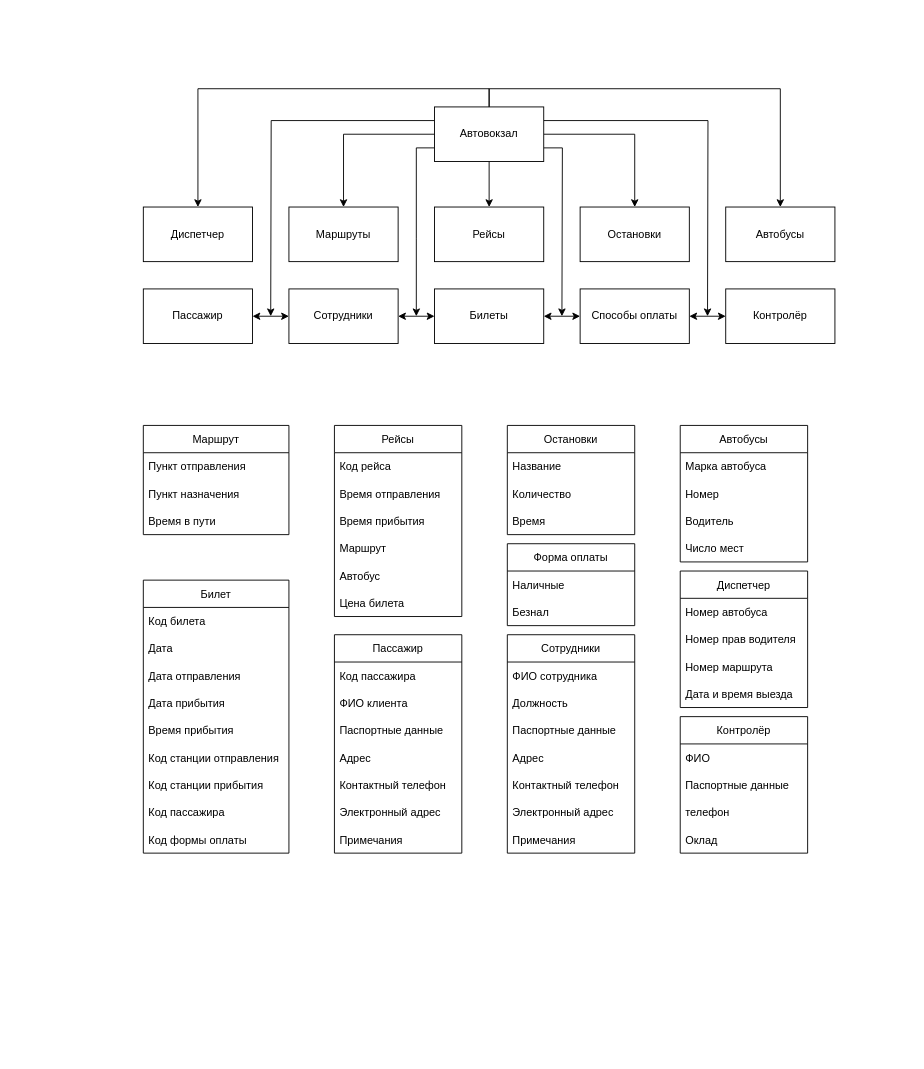
Above: Диаграмма без названия.drawio in E1ghT0/Infinizai (draw.io), before the change. Source tidied: cells renumbered, new cells numbered last; positions are measured from the earlier drawing's top-left corner, leaving out a move shared by most shapes. Both pictures are drawn from the tidied source at 91%, with x=0, y=0 at pixel (143, 106).
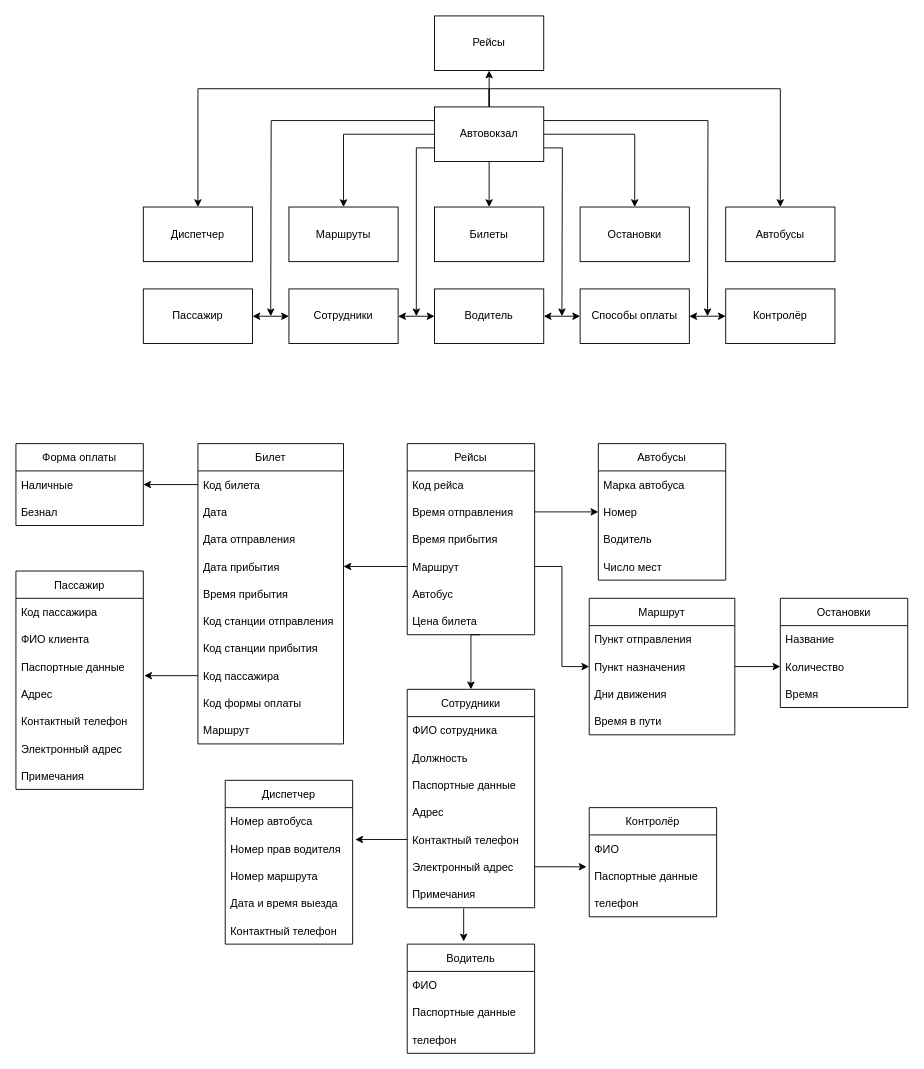
Above is the later version.

Commit message:
конец базы данных

The change refers to these unchanged cells:
```xml
<mxCell id="11" value="Автовокзал" style="rounded=0;whiteSpace=wrap;html=1;" parent="1" vertex="1">
  <mxGeometry x="320" width="120" height="60" as="geometry" />
</mxCell>
<mxCell id="17" value="Способы оплаты" style="rounded=0;whiteSpace=wrap;html=1;" parent="1" vertex="1">
  <mxGeometry x="480" y="200" width="120" height="60" as="geometry" />
</mxCell>
<mxCell id="20" value="Сотрудники" style="rounded=0;whiteSpace=wrap;html=1;" parent="1" vertex="1">
  <mxGeometry x="160" y="200" width="120" height="60" as="geometry" />
</mxCell>
<mxCell id="28" value="Пункт назначения" style="text;strokeColor=none;fillColor=none;align=left;verticalAlign=middle;spacingLeft=4;spacingRight=4;overflow=hidden;points=[[0,0.5],[1,0.5]];portConstraint=eastwest;" parent="26" vertex="1">
  <mxGeometry y="60" width="160" height="30" as="geometry" />
</mxCell>
<mxCell id="32" value="Время отправления" style="text;strokeColor=none;fillColor=none;align=left;verticalAlign=middle;spacingLeft=4;spacingRight=4;overflow=hidden;points=[[0,0.5],[1,0.5]];portConstraint=eastwest;" parent="30" vertex="1">
  <mxGeometry y="60" width="140" height="30" as="geometry" />
</mxCell>
<mxCell id="34" value="Маршрут" style="text;strokeColor=none;fillColor=none;align=left;verticalAlign=middle;spacingLeft=4;spacingRight=4;overflow=hidden;points=[[0,0.5],[1,0.5]];portConstraint=eastwest;" parent="30" vertex="1">
  <mxGeometry y="120" width="140" height="30" as="geometry" />
</mxCell>
<mxCell id="39" value="Номер" style="text;strokeColor=none;fillColor=none;align=left;verticalAlign=middle;spacingLeft=4;spacingRight=4;overflow=hidden;points=[[0,0.5],[1,0.5]];portConstraint=eastwest;" parent="37" vertex="1">
  <mxGeometry y="60" width="140" height="30" as="geometry" />
</mxCell>
<mxCell id="44" value="Количество" style="text;strokeColor=none;fillColor=none;align=left;verticalAlign=middle;spacingLeft=4;spacingRight=4;overflow=hidden;points=[[0,0.5],[1,0.5]];portConstraint=eastwest;" parent="42" vertex="1">
  <mxGeometry y="60" width="140" height="30" as="geometry" />
</mxCell>
<mxCell id="47" value="Код билета" style="text;strokeColor=none;fillColor=none;align=left;verticalAlign=middle;spacingLeft=4;spacingRight=4;overflow=hidden;points=[[0,0.5],[1,0.5]];portConstraint=eastwest;" parent="46" vertex="1">
  <mxGeometry y="30" width="160" height="30" as="geometry" />
</mxCell>
<mxCell id="50" value="Дата прибытия" style="text;strokeColor=none;fillColor=none;align=left;verticalAlign=middle;spacingLeft=4;spacingRight=4;overflow=hidden;points=[[0,0.5],[1,0.5]];portConstraint=eastwest;" parent="46" vertex="1">
  <mxGeometry y="120" width="160" height="30" as="geometry" />
</mxCell>
<mxCell id="54" value="Код пассажира" style="text;strokeColor=none;fillColor=none;align=left;verticalAlign=middle;spacingLeft=4;spacingRight=4;overflow=hidden;points=[[0,0.5],[1,0.5]];portConstraint=eastwest;" parent="46" vertex="1">
  <mxGeometry y="240" width="160" height="30" as="geometry" />
</mxCell>
<mxCell id="59" value="Паспортные данные" style="text;strokeColor=none;fillColor=none;align=left;verticalAlign=middle;spacingLeft=4;spacingRight=4;overflow=hidden;points=[[0,0.5],[1,0.5]];portConstraint=eastwest;" parent="56" vertex="1">
  <mxGeometry y="90" width="140" height="30" as="geometry" />
</mxCell>
<mxCell id="69" value="Контактный телефон" style="text;strokeColor=none;fillColor=none;align=left;verticalAlign=middle;spacingLeft=4;spacingRight=4;overflow=hidden;points=[[0,0.5],[1,0.5]];portConstraint=eastwest;" parent="64" vertex="1">
  <mxGeometry y="150" width="140" height="30" as="geometry" />
</mxCell>
<mxCell id="70" value="Электронный адрес" style="text;strokeColor=none;fillColor=none;align=left;verticalAlign=middle;spacingLeft=4;spacingRight=4;overflow=hidden;points=[[0,0.5],[1,0.5]];portConstraint=eastwest;" parent="64" vertex="1">
  <mxGeometry y="180" width="140" height="30" as="geometry" />
</mxCell>
<mxCell id="71" value="Примечания" style="text;strokeColor=none;fillColor=none;align=left;verticalAlign=middle;spacingLeft=4;spacingRight=4;overflow=hidden;points=[[0,0.5],[1,0.5]];portConstraint=eastwest;" parent="64" vertex="1">
  <mxGeometry y="210" width="140" height="30" as="geometry" />
</mxCell>
<mxCell id="73" value="Наличные" style="text;strokeColor=none;fillColor=none;align=left;verticalAlign=middle;spacingLeft=4;spacingRight=4;overflow=hidden;points=[[0,0.5],[1,0.5]];portConstraint=eastwest;" parent="72" vertex="1">
  <mxGeometry y="30" width="140" height="30" as="geometry" />
</mxCell>
<mxCell id="77" value="Номер прав водителя" style="text;strokeColor=none;fillColor=none;align=left;verticalAlign=middle;spacingLeft=4;spacingRight=4;overflow=hidden;points=[[0,0.5],[1,0.5]];portConstraint=eastwest;" parent="75" vertex="1">
  <mxGeometry y="60" width="140" height="30" as="geometry" />
</mxCell>
<mxCell id="82" value="Паспортные данные" style="text;strokeColor=none;fillColor=none;align=left;verticalAlign=middle;spacingLeft=4;spacingRight=4;overflow=hidden;points=[[0,0.5],[1,0.5]];portConstraint=eastwest;" parent="80" vertex="1">
  <mxGeometry y="60" width="140" height="30" as="geometry" />
</mxCell>
```

Diff of the diagram source:
```diff
@@
-    <mxCell id="4" style="edgeStyle=orthogonalEdgeStyle;rounded=0;jettySize=auto;html=1;exitX=0.5;exitY=1;exitDx=0;exitDy=0;entryX=0.5;entryY=0;entryDx=0;entryDy=0;" parent="1" edge="1" source="11" target="12">
-      <mxGeometry relative="1" as="geometry" />
-    </mxCell>
@@
+    <mxCell id="4" style="edgeStyle=orthogonalEdgeStyle;rounded=0;jettySize=auto;html=1;exitX=0.5;exitY=0;exitDx=0;exitDy=0;entryX=0.5;entryY=1;entryDx=0;entryDy=0;" parent="1" edge="1" source="11" target="12">
+      <mxGeometry relative="1" as="geometry" />
+    </mxCell>
+    <mxCell id="85" style="edgeStyle=orthogonalEdgeStyle;rounded=0;jettySize=auto;html=1;exitX=0.5;exitY=1;exitDx=0;exitDy=0;entryX=0.5;entryY=0;entryDx=0;entryDy=0;" parent="1" edge="1" source="11" target="18">
+      <mxGeometry relative="1" as="geometry" />
+    </mxCell>
@@
     <mxCell id="12" value="Рейсы" style="rounded=0;whiteSpace=wrap;html=1;" parent="1" vertex="1">
-      <mxGeometry x="320" y="110" width="120" height="60" as="geometry" />
+      <mxGeometry x="320" y="-100" width="120" height="60" as="geometry" />
     </mxCell>
@@
     <mxCell id="18" value="Билеты" style="rounded=0;whiteSpace=wrap;html=1;" parent="1" vertex="1">
-      <mxGeometry x="320" y="200" width="120" height="60" as="geometry" />
+      <mxGeometry x="320" y="110" width="120" height="60" as="geometry" />
     </mxCell>
@@
-    <mxCell id="22" style="endArrow=classic;startArrow=classic;html=1;rounded=0;exitX=1;exitY=0.5;exitDx=0;exitDy=0;" parent="1" edge="1" source="20" target="18">
-      <mxGeometry relative="1" as="geometry" />
-    </mxCell>
@@
-    <mxCell id="24" style="endArrow=classic;startArrow=classic;html=1;rounded=0;exitX=1;exitY=0.5;exitDx=0;exitDy=0;entryX=0;entryY=0.5;entryDx=0;entryDy=0;" parent="1" edge="1" source="18" target="17">
-      <mxGeometry relative="1" as="geometry" />
-    </mxCell>
@@
     <mxCell id="26" value="Маршрут" style="swimlane;fontStyle=0;horizontal=1;startSize=30;" parent="1" vertex="1">
-      <mxGeometry y="350" width="160" height="120" as="geometry" />
+      <mxGeometry x="490" y="540" width="160" height="150" as="geometry" />
     </mxCell>
@@
-    <mxCell id="29" value="Время в пути" style="text;strokeColor=none;fillColor=none;align=left;verticalAlign=middle;spacingLeft=4;spacingRight=4;overflow=hidden;" parent="26" vertex="1">
+    <mxCell id="29" value="Дни движения" style="text;strokeColor=none;fillColor=none;align=left;verticalAlign=middle;spacingLeft=4;spacingRight=4;overflow=hidden;" parent="26" vertex="1">
       <mxGeometry y="90" width="160" height="30" as="geometry" />
     </mxCell>
+    <mxCell id="86" value="Время в пути" style="text;strokeColor=none;fillColor=none;align=left;verticalAlign=middle;spacingLeft=4;spacingRight=4;overflow=hidden;" parent="26" vertex="1">
+      <mxGeometry y="120" width="160" height="30" as="geometry" />
+    </mxCell>
     <mxCell id="30" value="Рейсы" style="swimlane;fontStyle=0;horizontal=1;startSize=30;" parent="1" vertex="1">
-      <mxGeometry x="210" y="350" width="140" height="210" as="geometry" />
+      <mxGeometry x="290" y="370" width="140" height="210" as="geometry" />
     </mxCell>
@@
     <mxCell id="37" value="Автобусы" style="swimlane;fontStyle=0;horizontal=1;startSize=30;" parent="1" vertex="1">
-      <mxGeometry x="590" y="350" width="140" height="150" as="geometry" />
+      <mxGeometry x="500" y="370" width="140" height="150" as="geometry" />
     </mxCell>
@@
     <mxCell id="42" value="Остановки" style="swimlane;fontStyle=0;horizontal=1;startSize=30;" parent="1" vertex="1">
-      <mxGeometry x="400" y="350" width="140" height="120" as="geometry" />
+      <mxGeometry x="700" y="540" width="140" height="120" as="geometry" />
     </mxCell>
@@
     <mxCell id="46" value="Билет" style="swimlane;fontStyle=0;horizontal=1;startSize=30;" parent="1" vertex="1">
-      <mxGeometry y="520" width="160" height="300" as="geometry" />
+      <mxGeometry x="60" y="370" width="160" height="330" as="geometry" />
     </mxCell>
@@
+    <mxCell id="87" value="Маршрут" style="text;strokeColor=none;fillColor=none;align=left;verticalAlign=middle;spacingLeft=4;spacingRight=4;overflow=hidden;" parent="46" vertex="1">
+      <mxGeometry y="300" width="160" height="30" as="geometry" />
+    </mxCell>
     <mxCell id="56" value="Пассажир" style="swimlane;fontStyle=0;horizontal=1;startSize=30;" parent="1" vertex="1">
-      <mxGeometry x="210" y="580" width="140" height="240" as="geometry" />
+      <mxGeometry x="-140" y="510" width="140" height="240" as="geometry" />
     </mxCell>
@@
     <mxCell id="64" value="Сотрудники" style="swimlane;fontStyle=0;horizontal=1;startSize=30;" parent="1" vertex="1">
-      <mxGeometry x="400" y="580" width="140" height="240" as="geometry" />
+      <mxGeometry x="290" y="640" width="140" height="240" as="geometry" />
     </mxCell>
@@
     <mxCell id="72" value="Форма оплаты" style="swimlane;fontStyle=0;horizontal=1;startSize=30;" parent="1" vertex="1">
-      <mxGeometry x="400" y="480" width="140" height="90" as="geometry" />
+      <mxGeometry x="-140" y="370" width="140" height="90" as="geometry" />
     </mxCell>
@@
     <mxCell id="75" value="Диспетчер" style="swimlane;fontStyle=0;horizontal=1;startSize=30;" parent="1" vertex="1">
-      <mxGeometry x="590" y="510" width="140" height="150" as="geometry" />
+      <mxGeometry x="90" y="740" width="140" height="180" as="geometry" />
     </mxCell>
@@
+    <mxCell id="88" value="Контактный телефон" style="text;strokeColor=none;fillColor=none;align=left;verticalAlign=middle;spacingLeft=4;spacingRight=4;overflow=hidden;" parent="75" vertex="1">
+      <mxGeometry y="150" width="140" height="30" as="geometry" />
+    </mxCell>
     <mxCell id="80" value="Контролёр" style="swimlane;fontStyle=0;horizontal=1;startSize=30;" parent="1" vertex="1">
-      <mxGeometry x="590" y="670" width="140" height="150" as="geometry" />
+      <mxGeometry x="490" y="770" width="140" height="120" as="geometry" />
     </mxCell>
@@
-    <mxCell id="84" value="Оклад" style="text;strokeColor=none;fillColor=none;align=left;verticalAlign=middle;spacingLeft=4;spacingRight=4;overflow=hidden;" parent="80" vertex="1">
-      <mxGeometry y="120" width="140" height="30" as="geometry" />
-    </mxCell>
+    <mxCell id="89" style="edgeStyle=orthogonalEdgeStyle;rounded=0;jettySize=auto;html=1;exitX=1;exitY=0.5;exitDx=0;exitDy=0;entryX=0;entryY=0.5;entryDx=0;entryDy=0;" parent="1" edge="1" source="34" target="28">
+      <mxGeometry relative="1" as="geometry" />
+    </mxCell>
+    <mxCell id="90" style="edgeStyle=orthogonalEdgeStyle;rounded=0;jettySize=auto;html=1;exitX=0;exitY=0.5;exitDx=0;exitDy=0;entryX=1;entryY=0.5;entryDx=0;entryDy=0;" parent="1" edge="1" source="34" target="50">
+      <mxGeometry relative="1" as="geometry" />
+    </mxCell>
+    <mxCell id="91" style="edgeStyle=orthogonalEdgeStyle;rounded=0;jettySize=auto;html=1;exitX=0;exitY=0.5;exitDx=0;exitDy=0;entryX=1;entryY=0.5;entryDx=0;entryDy=0;" parent="1" edge="1" source="47" target="73">
+      <mxGeometry relative="1" as="geometry" />
+    </mxCell>
+    <mxCell id="92" style="edgeStyle=orthogonalEdgeStyle;rounded=0;jettySize=auto;html=1;exitX=0;exitY=0.5;exitDx=0;exitDy=0;entryX=1.007;entryY=0.833;entryDx=0;entryDy=0;entryPerimeter=0;" parent="1" edge="1" source="54" target="59">
+      <mxGeometry relative="1" as="geometry" />
+    </mxCell>
+    <mxCell id="93" style="endArrow=classic;html=1;rounded=0;entryX=0.5;entryY=0;entryDx=0;entryDy=0;" parent="1" edge="1" target="64">
+      <mxGeometry relative="1" as="geometry">
+        <mxPoint x="370" y="580" as="sourcePoint" />
+        <Array as="points">
+          <mxPoint x="360" y="580" />
+          <mxPoint x="360" y="600" />
+        </Array>
+      </mxGeometry>
+    </mxCell>
+    <mxCell id="94" style="edgeStyle=orthogonalEdgeStyle;rounded=0;jettySize=auto;html=1;exitX=0;exitY=0.5;exitDx=0;exitDy=0;entryX=1.021;entryY=0.167;entryDx=0;entryDy=0;entryPerimeter=0;" parent="1" edge="1" source="69" target="77">
+      <mxGeometry relative="1" as="geometry" />
+    </mxCell>
+    <mxCell id="95" style="edgeStyle=orthogonalEdgeStyle;rounded=0;jettySize=auto;html=1;exitX=1;exitY=0.5;exitDx=0;exitDy=0;entryX=-0.021;entryY=0.167;entryDx=0;entryDy=0;entryPerimeter=0;" parent="1" edge="1" source="70" target="82">
+      <mxGeometry relative="1" as="geometry" />
+    </mxCell>
+    <mxCell id="96" style="edgeStyle=orthogonalEdgeStyle;rounded=0;jettySize=auto;html=1;exitX=1;exitY=0.5;exitDx=0;exitDy=0;entryX=0;entryY=0.5;entryDx=0;entryDy=0;" parent="1" edge="1" source="32" target="39">
+      <mxGeometry relative="1" as="geometry" />
+    </mxCell>
+    <mxCell id="97" style="edgeStyle=orthogonalEdgeStyle;rounded=0;jettySize=auto;html=1;exitX=1;exitY=0.5;exitDx=0;exitDy=0;entryX=0;entryY=0.5;entryDx=0;entryDy=0;" parent="1" edge="1" source="28" target="44">
+      <mxGeometry relative="1" as="geometry" />
+    </mxCell>
+    <mxCell id="98" value="Водитель" style="rounded=0;whiteSpace=wrap;html=1;" parent="1" vertex="1">
+      <mxGeometry x="320" y="200" width="120" height="60" as="geometry" />
+    </mxCell>
+    <mxCell id="99" style="endArrow=classic;startArrow=classic;html=1;rounded=0;exitX=1;exitY=0.5;exitDx=0;exitDy=0;entryX=0;entryY=0.5;entryDx=0;entryDy=0;" parent="1" edge="1" source="20" target="98">
+      <mxGeometry relative="1" as="geometry" />
+    </mxCell>
+    <mxCell id="100" style="endArrow=classic;startArrow=classic;html=1;rounded=0;exitX=1;exitY=0.5;exitDx=0;exitDy=0;entryX=0;entryY=0.5;entryDx=0;entryDy=0;" parent="1" edge="1" source="98" target="17">
+      <mxGeometry relative="1" as="geometry" />
+    </mxCell>
+    <mxCell id="101" value="Водитель" style="swimlane;fontStyle=0;horizontal=1;startSize=30;" parent="1" vertex="1">
+      <mxGeometry x="290" y="920" width="140" height="120" as="geometry" />
+    </mxCell>
+    <mxCell id="102" value="ФИО" style="text;strokeColor=none;fillColor=none;align=left;verticalAlign=middle;spacingLeft=4;spacingRight=4;overflow=hidden;" parent="101" vertex="1">
+      <mxGeometry y="30" width="140" height="30" as="geometry" />
+    </mxCell>
+    <mxCell id="103" value="Паспортные данные" style="text;strokeColor=none;fillColor=none;align=left;verticalAlign=middle;spacingLeft=4;spacingRight=4;overflow=hidden;" parent="101" vertex="1">
+      <mxGeometry y="60" width="140" height="30" as="geometry" />
+    </mxCell>
+    <mxCell id="104" value="телефон" style="text;strokeColor=none;fillColor=none;align=left;verticalAlign=middle;spacingLeft=4;spacingRight=4;overflow=hidden;" parent="101" vertex="1">
+      <mxGeometry y="90" width="140" height="30" as="geometry" />
+    </mxCell>
+    <mxCell id="105" style="endArrow=classic;html=1;rounded=0;entryX=0.443;entryY=-0.025;entryDx=0;entryDy=0;entryPerimeter=0;exitX=0.443;exitY=1.033;exitDx=0;exitDy=0;exitPerimeter=0;" parent="1" edge="1" source="71" target="101">
+      <mxGeometry relative="1" as="geometry" />
+    </mxCell>
```
